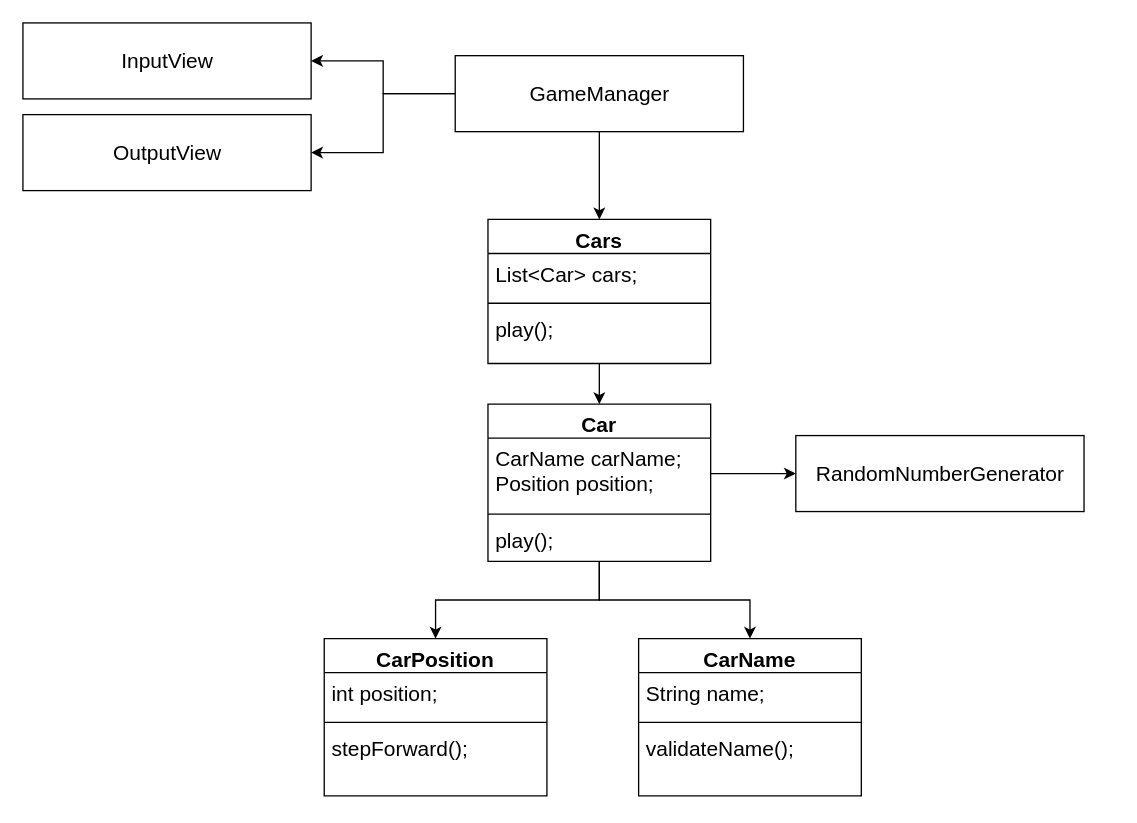
Before: 설계.drawio in gmelon/java-racingcar-playground, a draw.io diagram. Source tidied: cells renumbered, new cells numbered last; positions are measured from the earlier drawing's top-left corner, leaving out a move shared by most shapes. Both pictures are drawn from the tidied source at 131%, with x=0, y=0 at pixel (22, 22).
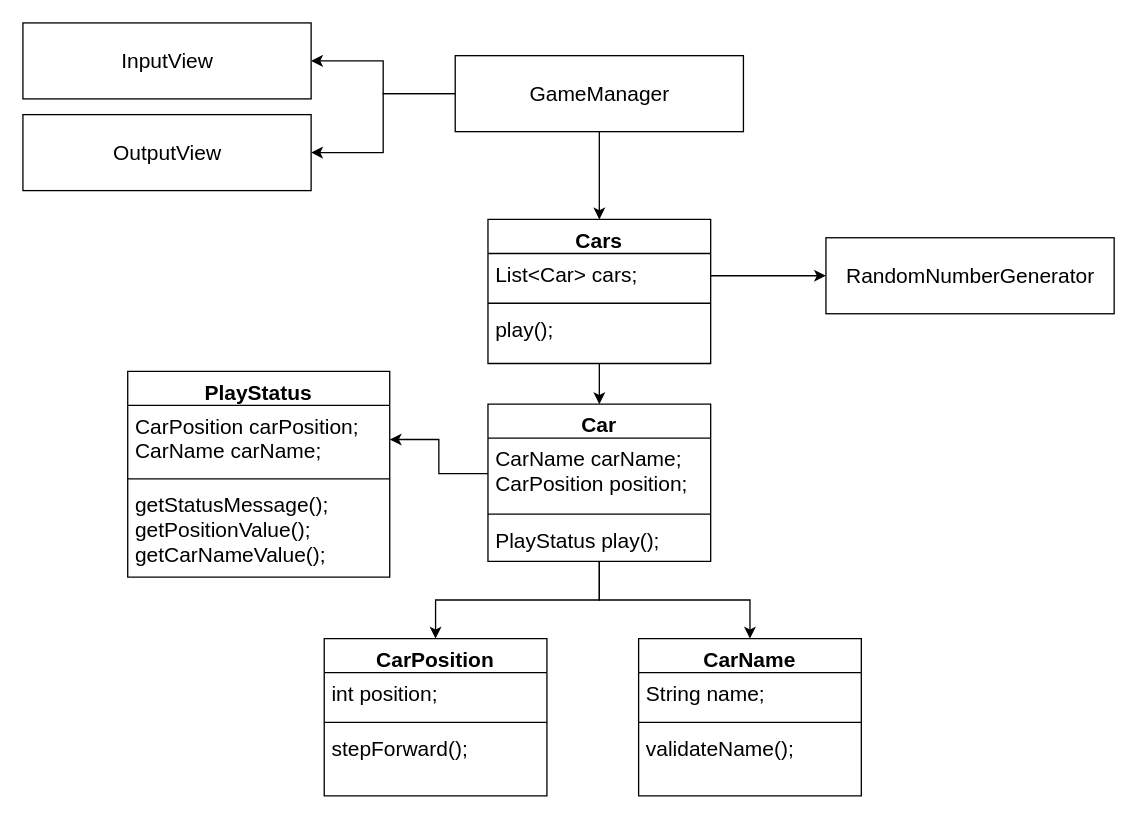
The same page after the edit.

Unchanged cells that the change refers to:
```xml
<mxCell id="4" value="Car" style="swimlane;fontStyle=1;align=center;verticalAlign=top;horizontal=1;startSize=26;fontSize=16;" parent="1" vertex="1">
  <mxGeometry x="355" y="291" width="170" height="120" as="geometry" />
</mxCell>
<mxCell id="17" value="List&lt;Car&gt; cars;" style="text;strokeColor=none;fillColor=none;align=left;verticalAlign=top;spacingLeft=4;spacingRight=4;overflow=hidden;points=[[0,0.5],[1,0.5]];portConstraint=eastwest;fontSize=16;" parent="16" vertex="1">
  <mxGeometry y="26" width="170" height="34" as="geometry" />
</mxCell>
```

What changed in the source:
```diff
@@
-    <mxCell id="5" value="CarName carName;&#10;Position position;" style="text;strokeColor=none;fillColor=none;align=left;verticalAlign=top;spacingLeft=4;spacingRight=4;overflow=hidden;points=[[0,0.5],[1,0.5]];portConstraint=eastwest;fontSize=16;" parent="4" vertex="1">
+    <mxCell id="5" value="CarName carName;&#10;CarPosition position;" style="text;strokeColor=none;fillColor=none;align=left;verticalAlign=top;spacingLeft=4;spacingRight=4;overflow=hidden;points=[[0,0.5],[1,0.5]];portConstraint=eastwest;fontSize=16;" parent="4" vertex="1">
       <mxGeometry y="26" width="170" height="54" as="geometry" />
     </mxCell>
@@
-    <mxCell id="7" value="play();" style="text;strokeColor=none;fillColor=none;align=left;verticalAlign=top;spacingLeft=4;spacingRight=4;overflow=hidden;fontSize=16;" parent="4" vertex="1">
+    <mxCell id="7" value="PlayStatus play();" style="text;strokeColor=none;fillColor=none;align=left;verticalAlign=top;spacingLeft=4;spacingRight=4;overflow=hidden;fontSize=16;" parent="4" vertex="1">
       <mxGeometry y="88" width="170" height="32" as="geometry" />
     </mxCell>
     <mxCell id="8" value="RandomNumberGenerator" style="html=1;fontSize=16;" parent="1" vertex="1">
-      <mxGeometry x="590" y="315" width="220" height="58" as="geometry" />
+      <mxGeometry x="613" y="164" width="220" height="58" as="geometry" />
     </mxCell>
@@
+    <mxCell id="29" style="edgeStyle=orthogonalEdgeStyle;rounded=0;jettySize=auto;html=1;entryX=0;entryY=0.5;entryDx=0;entryDy=0;exitX=1;exitY=0.5;exitDx=0;exitDy=0;" parent="1" edge="1" source="17" target="8">
+      <mxGeometry relative="1" as="geometry" />
+    </mxCell>
@@
-    <mxCell id="24" style="edgeStyle=orthogonalEdgeStyle;rounded=0;jettySize=auto;html=1;exitX=1;exitY=0.5;exitDx=0;exitDy=0;" parent="1" edge="1" source="5" target="8">
-      <mxGeometry relative="1" as="geometry" />
-    </mxCell>
@@
+    <mxCell id="30" value="PlayStatus" style="swimlane;fontStyle=1;align=center;verticalAlign=top;horizontal=1;startSize=26;fontSize=16;" parent="1" vertex="1">
+      <mxGeometry x="80" y="266" width="200" height="157" as="geometry" />
+    </mxCell>
+    <mxCell id="31" value="CarPosition carPosition;&#10;CarName carName;" style="text;strokeColor=none;fillColor=none;align=left;verticalAlign=top;spacingLeft=4;spacingRight=4;overflow=hidden;points=[[0,0.5],[1,0.5]];portConstraint=eastwest;fontSize=16;" parent="30" vertex="1">
+      <mxGeometry y="26" width="200" height="52" as="geometry" />
+    </mxCell>
+    <mxCell id="32" style="line;strokeWidth=1;fillColor=none;align=left;verticalAlign=middle;spacingTop=-1;spacingLeft=3;spacingRight=3;labelPosition=right;fontSize=16;" parent="30" vertex="1">
+      <mxGeometry y="78" width="200" height="8" as="geometry" />
+    </mxCell>
+    <mxCell id="33" value="getStatusMessage();&#10;getPositionValue();&#10;getCarNameValue();" style="text;strokeColor=none;fillColor=none;align=left;verticalAlign=top;spacingLeft=4;spacingRight=4;overflow=hidden;fontSize=16;" parent="30" vertex="1">
+      <mxGeometry y="86" width="200" height="71" as="geometry" />
+    </mxCell>
+    <mxCell id="34" style="edgeStyle=orthogonalEdgeStyle;rounded=0;jettySize=auto;html=1;entryX=1;entryY=0.5;entryDx=0;entryDy=0;" parent="1" edge="1" source="5" target="31">
+      <mxGeometry relative="1" as="geometry" />
+    </mxCell>
```
